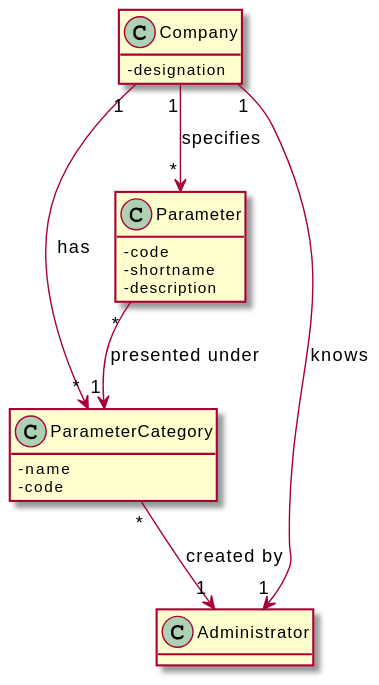
RuiRioPina/LAPR2-20-21 keeps this PlantUML diagram as docs/SprintB/US_10/US10_MD.svg. Above is the earlier version.
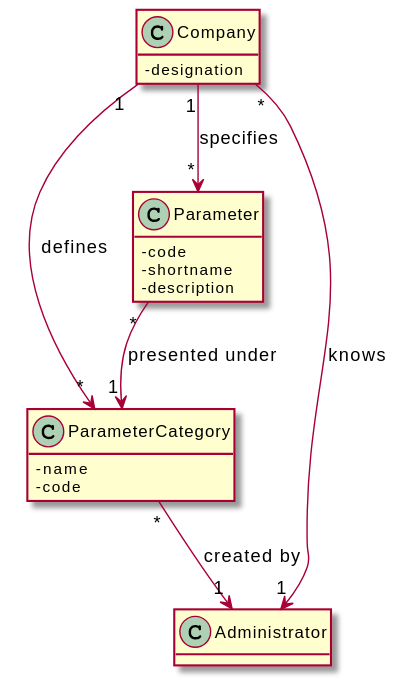
Above is the later version.

Commit message:
Correcting errors in US10 file [US-10]

The edit, as a diff of the source:
```diff
@@ -21,8 +21,8 @@
 }
 
 Company "1" --> "*" Parameter : specifies
-Company "1" --> "*" ParameterCategory : has
+Company "1" --> "*" ParameterCategory : defines
 Parameter "*" --> "1" ParameterCategory : presented under
 ParameterCategory "*" --> "1" Administrator : created by
-Company "1" --> "1" Administrator : knows
+Company "*" --> "1" Administrator : knows
 @enduml
```
